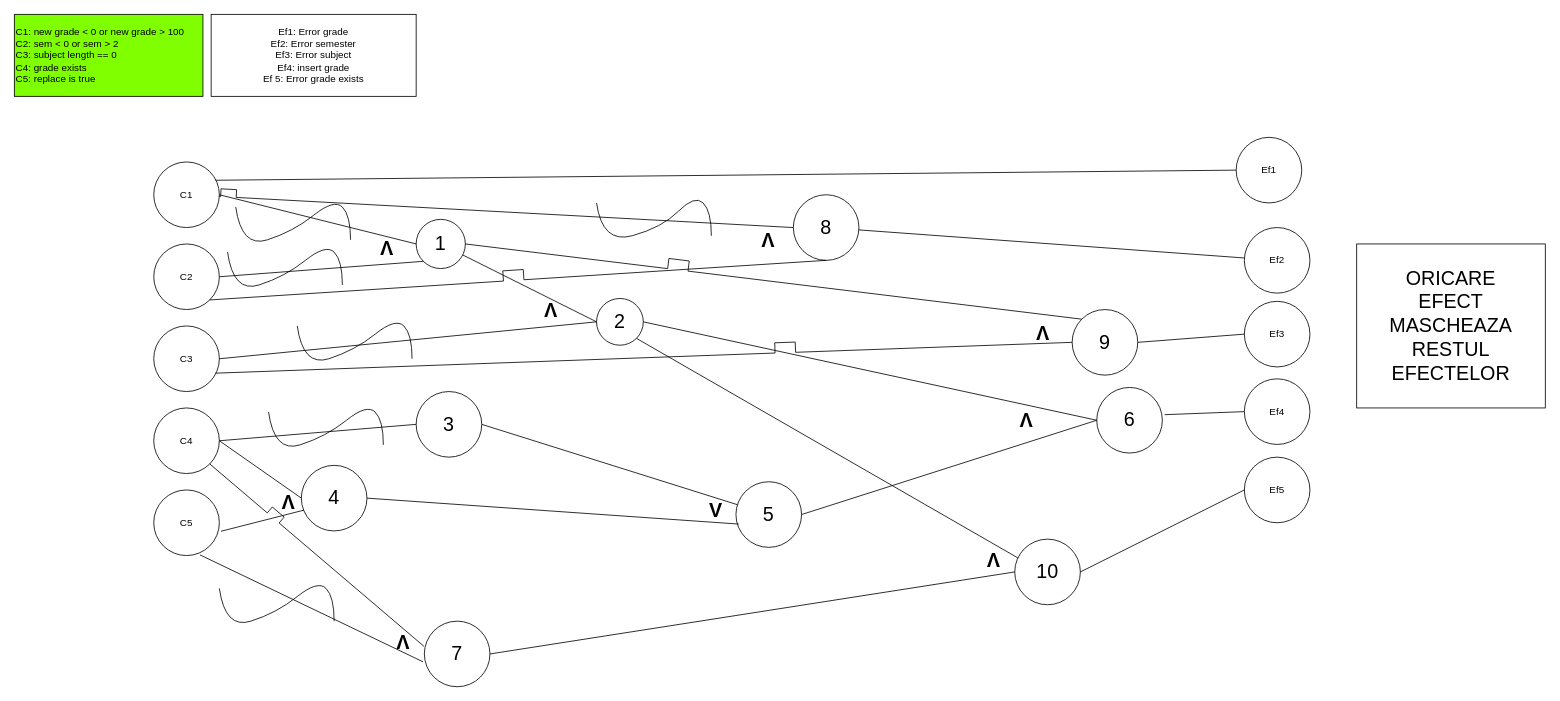
This is Functional/Cause_effect_graph/Documents/Method1_cause-effect_graph.drawio from Swizop/proiect-testarea-sistemelor-software, a draw.io file, before an edit. Source tidied: cells renumbered, new cells numbered last; positions are measured from the earlier drawing's top-left corner, leaving out a move shared by most shapes. Both pictures are drawn from the tidied source at 82%, with x=0, y=0 at pixel (14, 14).
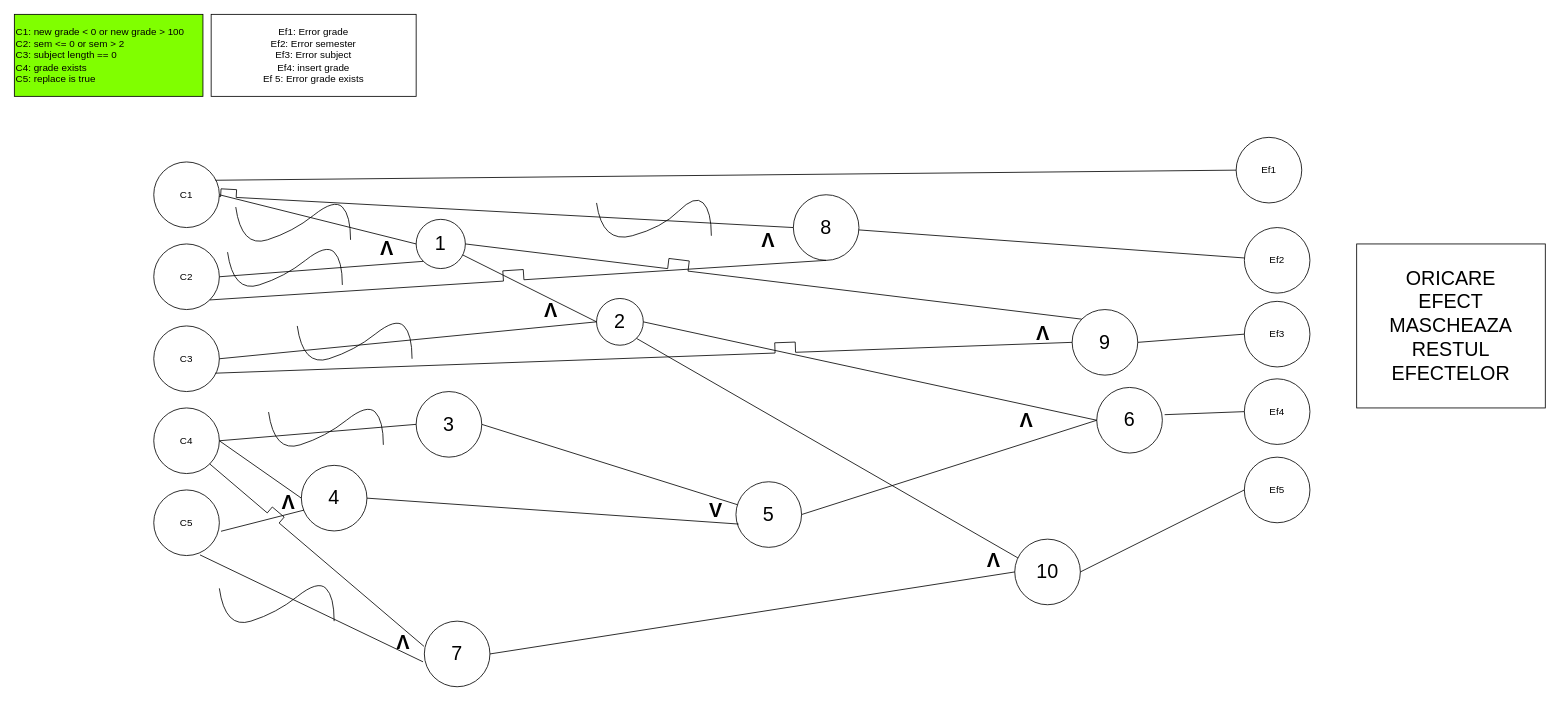
Above is the later version.

Change to the diagram source:
```diff
@@
-    <mxCell id="6" value="&lt;div style=&quot;&quot;&gt;C1: new grade &amp;lt; 0 or new grade &amp;gt; 100&lt;/div&gt;&lt;div style=&quot;&quot;&gt;C2: sem &amp;lt; 0 or sem &amp;gt; 2&lt;br&gt;C3: subject length == 0&lt;/div&gt;&lt;div style=&quot;&quot;&gt;C4: grade exists&lt;/div&gt;&lt;div style=&quot;&quot;&gt;C5: replace is true&lt;/div&gt;" style="rounded=0;whiteSpace=wrap;html=1;labelBackgroundColor=#80FF00;fillColor=#80FF00;align=left;" parent="1" vertex="1">
+    <mxCell id="6" value="&lt;div style=&quot;&quot;&gt;C1: new grade &amp;lt; 0 or new grade &amp;gt; 100&lt;/div&gt;&lt;div style=&quot;&quot;&gt;C2: sem &amp;lt;= 0 or sem &amp;gt; 2&lt;br&gt;C3: subject length == 0&lt;/div&gt;&lt;div style=&quot;&quot;&gt;C4: grade exists&lt;/div&gt;&lt;div style=&quot;&quot;&gt;C5: replace is true&lt;/div&gt;" style="rounded=0;whiteSpace=wrap;html=1;labelBackgroundColor=#80FF00;fillColor=#80FF00;align=left;" parent="1" vertex="1">
       <mxGeometry width="230" height="100" as="geometry" />
     </mxCell>
```
